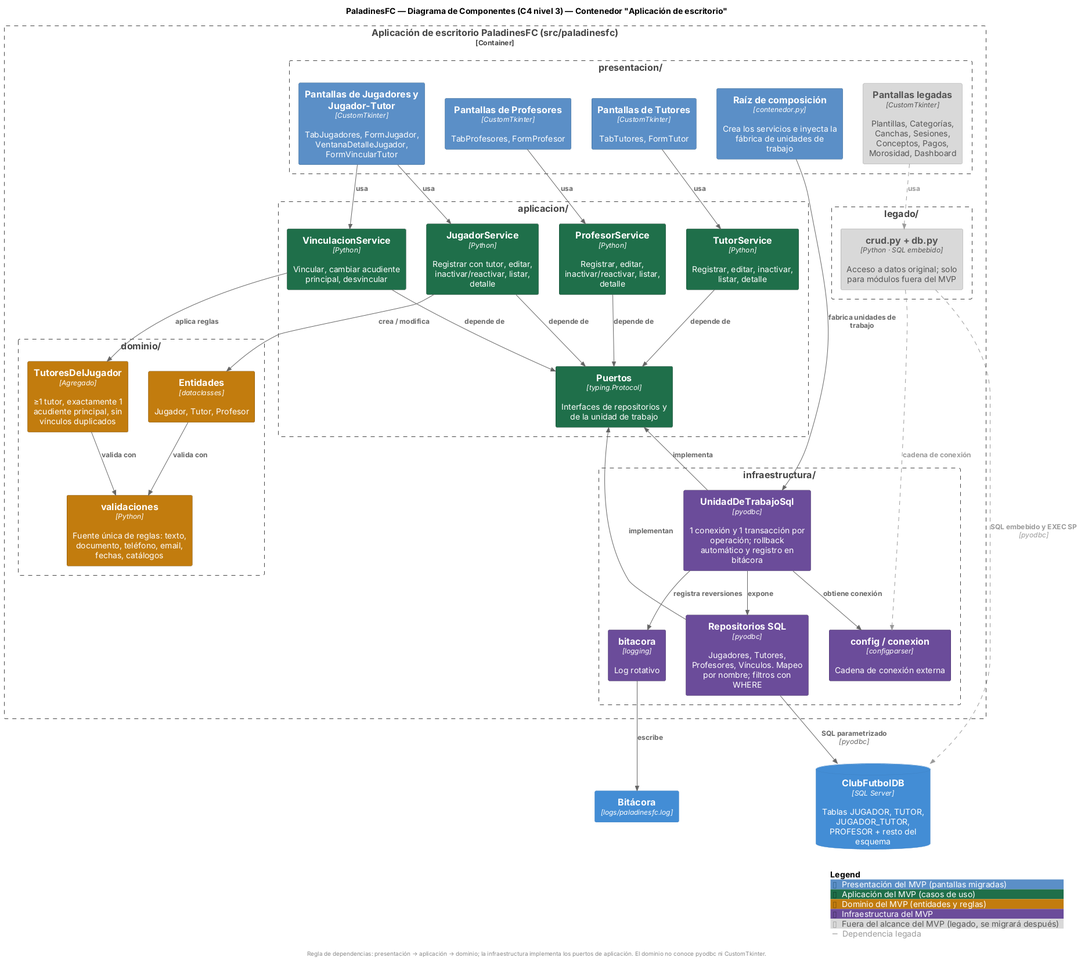
Above: docs/diagramas/exportados/c4-3-componentes.png in MarianaA27/ClubDeFutbol__ (PlantUML), before the change. The source it was exported from:
```plantuml
@startuml c4-3-componentes
!include <C4/C4_Component>

LAYOUT_TOP_DOWN()
SetDefaultLegendEntries("")
AddElementTag("presentacion", $bgColor="#5b8fc7", $borderColor="#2f5f8a", $fontColor="#ffffff", $legendText="Presentación del MVP (pantallas migradas)")
AddElementTag("aplicacion", $bgColor="#1f6f4a", $borderColor="#0f3d28", $fontColor="#ffffff", $legendText="Aplicación del MVP (casos de uso)")
AddElementTag("dominio", $bgColor="#c27c0e", $borderColor="#7a4d06", $fontColor="#ffffff", $legendText="Dominio del MVP (entidades y reglas)")
AddElementTag("infra", $bgColor="#6b4c9a", $borderColor="#3f2c5c", $fontColor="#ffffff", $legendText="Infraestructura del MVP")
AddElementTag("legado", $bgColor="#d9d9d9", $borderColor="#9a9a9a", $fontColor="#555555", $legendText="Fuera del alcance del MVP (legado, se migrará después)")
AddRelTag("legado", $textColor="#9a9a9a", $lineColor="#9a9a9a", $lineStyle=DashedLine(), $legendText="Dependencia legada")

title PaladinesFC — Diagrama de Componentes (C4 nivel 3) — Contenedor "Aplicación de escritorio"

ContainerDb(bd, "ClubFutbolDB", "SQL Server", "Tablas JUGADOR, TUTOR, JUGADOR_TUTOR, PROFESOR + resto del esquema")
Container(log, "Bitácora", "logs/paladinesfc.log")

Container_Boundary(app, "Aplicación de escritorio PaladinesFC (src/paladinesfc)") {

    Boundary(capa_p, "presentacion/") {
        Component(ui_jug, "Pantallas de Jugadores y Jugador-Tutor", "CustomTkinter", "TabJugadores, FormJugador, VentanaDetalleJugador, FormVincularTutor", $tags="presentacion")
        Component(ui_tut, "Pantallas de Tutores", "CustomTkinter", "TabTutores, FormTutor", $tags="presentacion")
        Component(ui_prof, "Pantallas de Profesores", "CustomTkinter", "TabProfesores, FormProfesor", $tags="presentacion")
        Component(contenedor, "Raíz de composición", "contenedor.py", "Crea los servicios e inyecta la fábrica de unidades de trabajo", $tags="presentacion")
        Component(ui_leg, "Pantallas legadas", "CustomTkinter", "Plantillas, Categorías, Canchas, Sesiones, Conceptos, Pagos, Morosidad, Dashboard", $tags="legado")
    }

    Boundary(capa_a, "aplicacion/") {
        Component(s_jug, "JugadorService", "Python", "Registrar con tutor, editar, inactivar/reactivar, listar, detalle", $tags="aplicacion")
        Component(s_vin, "VinculacionService", "Python", "Vincular, cambiar acudiente principal, desvincular", $tags="aplicacion")
        Component(s_tut, "TutorService", "Python", "Registrar, editar, inactivar, listar, detalle", $tags="aplicacion")
        Component(s_prof, "ProfesorService", "Python", "Registrar, editar, inactivar/reactivar, listar, detalle", $tags="aplicacion")
        Component(puertos, "Puertos", "typing.Protocol", "Interfaces de repositorios y de la unidad de trabajo", $tags="aplicacion")
    }

    Boundary(capa_d, "dominio/") {
        Component(ent, "Entidades", "dataclasses", "Jugador, Tutor, Profesor", $tags="dominio")
        Component(agr, "TutoresDelJugador", "Agregado", "≥1 tutor, exactamente 1 acudiente principal, sin vínculos duplicados", $tags="dominio")
        Component(val, "validaciones", "Python", "Fuente única de reglas: texto, documento, teléfono, email, fechas, catálogos", $tags="dominio")
    }

    Boundary(capa_i, "infraestructura/") {
        Component(uow, "UnidadDeTrabajoSql", "pyodbc", "1 conexión y 1 transacción por operación; rollback automático y registro en bitácora", $tags="infra")
        Component(repos, "Repositorios SQL", "pyodbc", "Jugadores, Tutores, Profesores, Vínculos. Mapeo por nombre; filtros con WHERE", $tags="infra")
        Component(cfg, "config / conexion", "configparser", "Cadena de conexión externa", $tags="infra")
        Component(bit, "bitacora", "logging", "Log rotativo", $tags="infra")
    }

    Boundary(capa_l, "legado/") {
        Component(crud, "crud.py + db.py", "Python · SQL embebido", "Acceso a datos original; solo para módulos fuera del MVP", $tags="legado")
    }
}

Rel(ui_jug, s_jug, "usa")
Rel(ui_jug, s_vin, "usa")
Rel(ui_tut, s_tut, "usa")
Rel(ui_prof, s_prof, "usa")
Rel(contenedor, uow, "fabrica unidades de trabajo")
Rel(s_jug, puertos, "depende de")
Rel(s_vin, puertos, "depende de")
Rel(s_tut, puertos, "depende de")
Rel(s_prof, puertos, "depende de")
Rel(s_jug, ent, "crea / modifica")
Rel(s_vin, agr, "aplica reglas")
Rel(ent, val, "valida con")
Rel(agr, val, "valida con")
Rel_U(uow, puertos, "implementa")
Rel_U(repos, puertos, "implementan")
Rel(uow, repos, "expone")
Rel(uow, cfg, "obtiene conexión")
Rel(uow, bit, "registra reversiones")
Rel(bit, log, "escribe")
Rel(repos, bd, "SQL parametrizado", "pyodbc")
Rel(ui_leg, crud, "usa", $tags="legado")
Rel(crud, cfg, "cadena de conexión", $tags="legado")
Rel(crud, bd, "SQL embebido y EXEC SP", "pyodbc", $tags="legado")

SHOW_LEGEND()
footer Regla de dependencias: presentación → aplicación → dominio; la infraestructura implementa los puertos de aplicación. El dominio no conoce pyodbc ni CustomTkinter.
@enduml
```
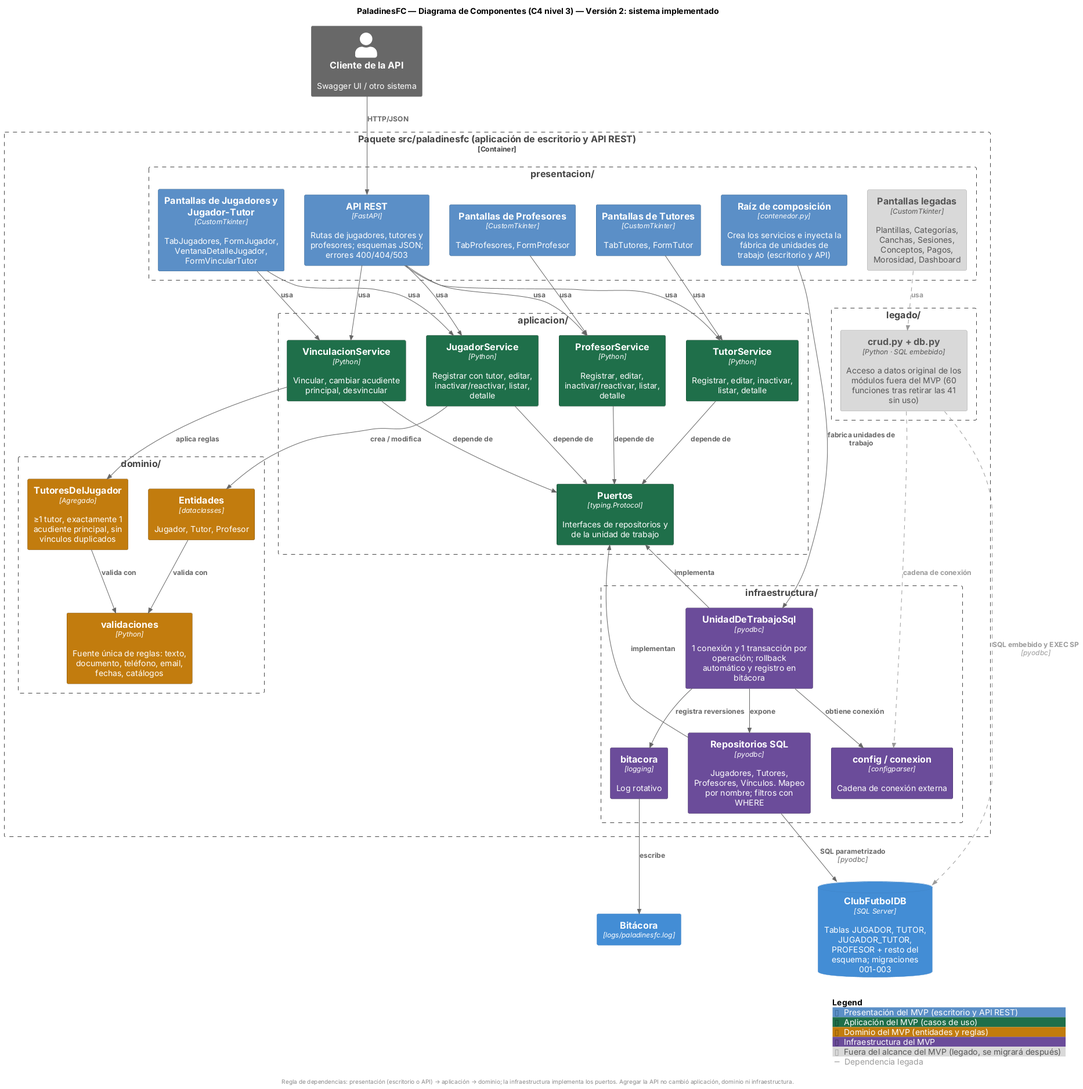
The same file after the commit.

Commit message:
docs(diagramas): C4 versión 2 y despliegue con lo implementado

What changed in the source:
```diff
@@ -3,25 +3,27 @@
 
 LAYOUT_TOP_DOWN()
 SetDefaultLegendEntries("")
-AddElementTag("presentacion", $bgColor="#5b8fc7", $borderColor="#2f5f8a", $fontColor="#ffffff", $legendText="Presentación del MVP (pantallas migradas)")
+AddElementTag("presentacion", $bgColor="#5b8fc7", $borderColor="#2f5f8a", $fontColor="#ffffff", $legendText="Presentación del MVP (escritorio y API REST)")
 AddElementTag("aplicacion", $bgColor="#1f6f4a", $borderColor="#0f3d28", $fontColor="#ffffff", $legendText="Aplicación del MVP (casos de uso)")
 AddElementTag("dominio", $bgColor="#c27c0e", $borderColor="#7a4d06", $fontColor="#ffffff", $legendText="Dominio del MVP (entidades y reglas)")
 AddElementTag("infra", $bgColor="#6b4c9a", $borderColor="#3f2c5c", $fontColor="#ffffff", $legendText="Infraestructura del MVP")
 AddElementTag("legado", $bgColor="#d9d9d9", $borderColor="#9a9a9a", $fontColor="#555555", $legendText="Fuera del alcance del MVP (legado, se migrará después)")
 AddRelTag("legado", $textColor="#9a9a9a", $lineColor="#9a9a9a", $lineStyle=DashedLine(), $legendText="Dependencia legada")
 
-title PaladinesFC — Diagrama de Componentes (C4 nivel 3) — Contenedor "Aplicación de escritorio"
+title PaladinesFC — Diagrama de Componentes (C4 nivel 3) — Versión 2: sistema implementado
 
-ContainerDb(bd, "ClubFutbolDB", "SQL Server", "Tablas JUGADOR, TUTOR, JUGADOR_TUTOR, PROFESOR + resto del esquema")
+Person_Ext(cliente, "Cliente de la API", "Swagger UI / otro sistema")
+ContainerDb(bd, "ClubFutbolDB", "SQL Server", "Tablas JUGADOR, TUTOR, JUGADOR_TUTOR, PROFESOR + resto del esquema; migraciones 001-003")
 Container(log, "Bitácora", "logs/paladinesfc.log")
 
-Container_Boundary(app, "Aplicación de escritorio PaladinesFC (src/paladinesfc)") {
+Container_Boundary(app, "Paquete src/paladinesfc (aplicación de escritorio y API REST)") {
 
     Boundary(capa_p, "presentacion/") {
         Component(ui_jug, "Pantallas de Jugadores y Jugador-Tutor", "CustomTkinter", "TabJugadores, FormJugador, VentanaDetalleJugador, FormVincularTutor", $tags="presentacion")
         Component(ui_tut, "Pantallas de Tutores", "CustomTkinter", "TabTutores, FormTutor", $tags="presentacion")
         Component(ui_prof, "Pantallas de Profesores", "CustomTkinter", "TabProfesores, FormProfesor", $tags="presentacion")
-        Component(contenedor, "Raíz de composición", "contenedor.py", "Crea los servicios e inyecta la fábrica de unidades de trabajo", $tags="presentacion")
+        Component(api, "API REST", "FastAPI", "Rutas de jugadores, tutores y profesores; esquemas JSON; errores 400/404/503", $tags="presentacion")
+        Component(contenedor, "Raíz de composición", "contenedor.py", "Crea los servicios e inyecta la fábrica de unidades de trabajo (escritorio y API)", $tags="presentacion")
         Component(ui_leg, "Pantallas legadas", "CustomTkinter", "Plantillas, Categorías, Canchas, Sesiones, Conceptos, Pagos, Morosidad, Dashboard", $tags="legado")
     }
 
@@ -47,7 +49,7 @@
     }
 
     Boundary(capa_l, "legado/") {
-        Component(crud, "crud.py + db.py", "Python · SQL embebido", "Acceso a datos original; solo para módulos fuera del MVP", $tags="legado")
+        Component(crud, "crud.py + db.py", "Python · SQL embebido", "Acceso a datos original de los módulos fuera del MVP (60 funciones tras retirar las 41 sin uso)", $tags="legado")
     }
 }
 
@@ -55,6 +57,11 @@
 Rel(ui_jug, s_vin, "usa")
 Rel(ui_tut, s_tut, "usa")
 Rel(ui_prof, s_prof, "usa")
+Rel(cliente, api, "HTTP/JSON")
+Rel(api, s_jug, "usa")
+Rel(api, s_vin, "usa")
+Rel(api, s_tut, "usa")
+Rel(api, s_prof, "usa")
 Rel(contenedor, uow, "fabrica unidades de trabajo")
 Rel(s_jug, puertos, "depende de")
 Rel(s_vin, puertos, "depende de")
@@ -76,5 +83,5 @@
 Rel(crud, bd, "SQL embebido y EXEC SP", "pyodbc", $tags="legado")
 
 SHOW_LEGEND()
-footer Regla de dependencias: presentación → aplicación → dominio; la infraestructura implementa los puertos de aplicación. El dominio no conoce pyodbc ni CustomTkinter.
+footer Regla de dependencias: presentación (escritorio o API) → aplicación → dominio; la infraestructura implementa los puertos. Agregar la API no cambió aplicación, dominio ni infraestructura.
 @enduml
```
